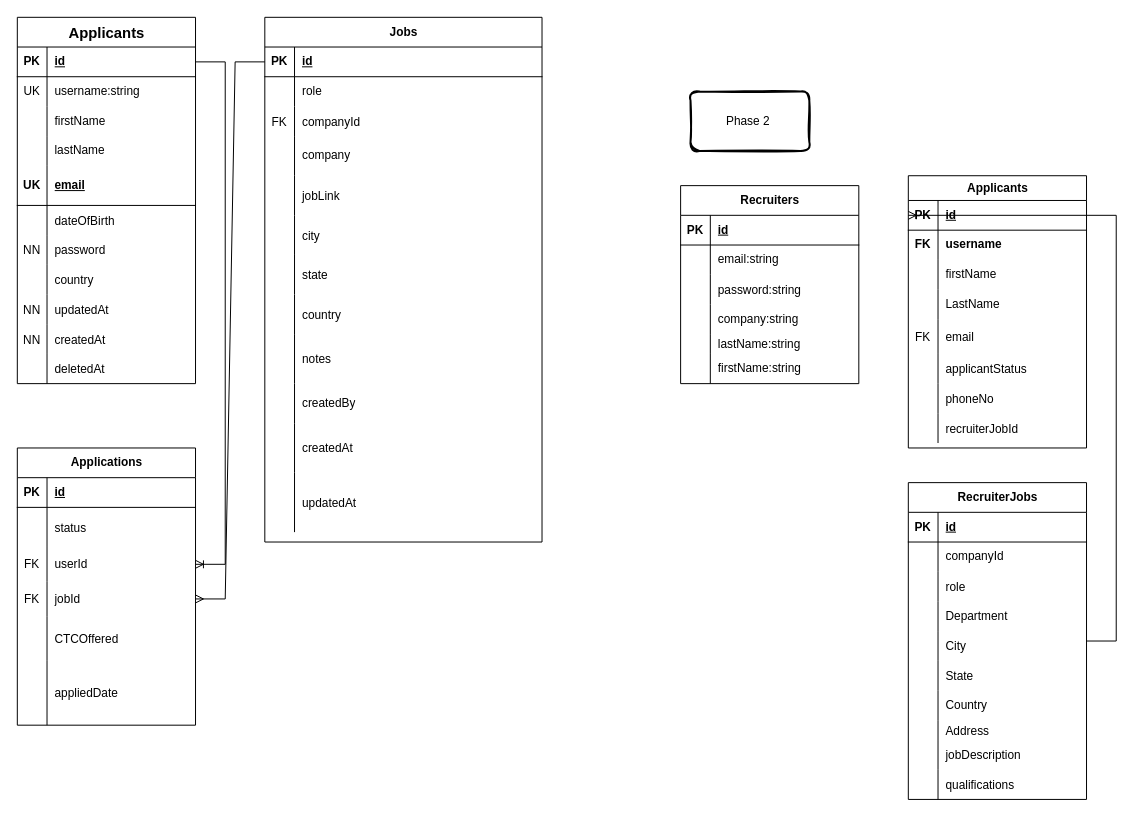
Before: CandidateERDiagram.drawio in reynadess/job-application-tracker, a draw.io diagram. Source tidied: cells renumbered, new cells numbered last; positions are measured from the earlier drawing's top-left corner, leaving out a move shared by most shapes. Both pictures are drawn from the tidied source at 99%, with x=0, y=0 at pixel (17, 17).
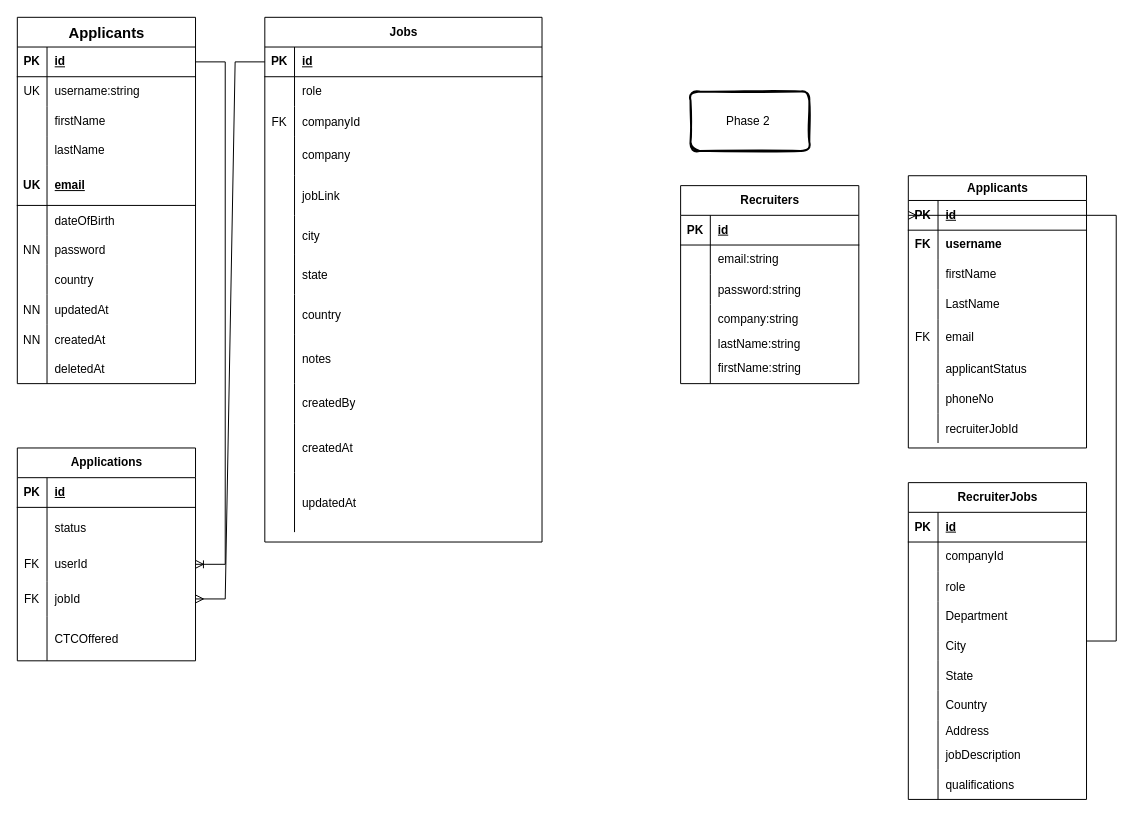
Above is the later version.

Commit message (it also covers changes not shown here):
refactor: remove appliedDate field from applications schema and related DTOs

What changed in the source:
```diff
@@
     <mxCell id="151" value="Applications" style="shape=table;startSize=30;childLayout=tableLayout;rowLines=0;fontStyle=1;align=center;html=1;" parent="1" vertex="1">
-      <mxGeometry y="435" width="180" height="280" as="geometry" />
+      <mxGeometry y="435" width="180" height="215" as="geometry" />
     </mxCell>
@@
-    <mxCell id="167" style="shape=tableRow;horizontal=0;startSize=0;swimlaneHead=0;swimlaneBody=0;fillColor=none;top=0;left=0;right=0;bottom=0;" parent="151" vertex="1">
-      <mxGeometry y="215" width="180" height="65" as="geometry" />
-    </mxCell>
-    <mxCell id="168" style="shape=partialRectangle;fillColor=none;top=0;left=0;bottom=0;right=0;overflow=hidden;" parent="167" vertex="1">
-      <mxGeometry width="30" height="65" as="geometry" />
-    </mxCell>
-    <mxCell id="169" value="appliedDate" style="shape=partialRectangle;fillColor=none;top=0;left=0;bottom=0;right=0;align=left;spacingLeft=6;overflow=hidden;" parent="167" vertex="1">
-      <mxGeometry x="30" width="150" height="65" as="geometry" />
-    </mxCell>
```
